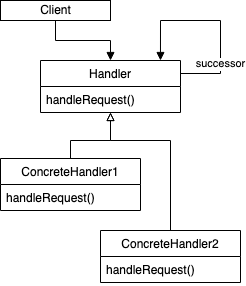
Above: drawio/chainofresponsibility.png in traendy/patterns-app (draw.io), before the change. Source tidied: cells renumbered, new cells last; positions are measured from the earlier drawing's top-left corner, leaving out a move shared by most shapes. Its diagram source:
```xml
<mxGraphModel>
  <root>
    <mxCell id="0" />
    <mxCell id="1" parent="0" />
    <mxCell id="2" style="edgeStyle=orthogonalEdgeStyle;rounded=0;jumpStyle=sharp;jumpSize=6;jettySize=auto;html=1;entryX=0.5;entryY=0;entryDx=0;entryDy=0;startArrow=none;startFill=0;endArrow=block;endFill=1;" parent="1" edge="1" source="3" target="10">
      <mxGeometry relative="1" as="geometry" />
    </mxCell>
    <mxCell id="3" value="Client" style="html=1;align=center;fillColor=none;" parent="1" vertex="1">
      <mxGeometry width="110" height="20" as="geometry" />
    </mxCell>
    <mxCell id="4" style="edgeStyle=orthogonalEdgeStyle;rounded=0;jumpStyle=sharp;jumpSize=6;jettySize=auto;html=1;startArrow=none;startFill=0;endArrow=block;endFill=0;" parent="1" edge="1" source="5" target="10">
      <mxGeometry relative="1" as="geometry">
        <Array as="points">
          <mxPoint x="70" y="140" />
          <mxPoint x="110" y="140" />
        </Array>
      </mxGeometry>
    </mxCell>
    <mxCell id="5" value="ConcreteHandler1" style="swimlane;fontStyle=0;horizontal=1;startSize=26;fillColor=none;align=center;" parent="1" vertex="1">
      <mxGeometry y="158" width="140" height="52" as="geometry" />
    </mxCell>
    <mxCell id="6" value="handleRequest()" style="text;strokeColor=none;fillColor=none;align=left;verticalAlign=top;spacingLeft=4;spacingRight=4;overflow=hidden;" parent="5" vertex="1">
      <mxGeometry y="26" width="140" height="26" as="geometry" />
    </mxCell>
    <mxCell id="7" style="edgeStyle=orthogonalEdgeStyle;rounded=0;jumpStyle=sharp;jumpSize=6;jettySize=auto;html=1;startArrow=none;startFill=0;endArrow=block;endFill=0;" parent="1" edge="1" source="8" target="10">
      <mxGeometry relative="1" as="geometry">
        <Array as="points">
          <mxPoint x="170" y="140" />
          <mxPoint x="110" y="140" />
        </Array>
      </mxGeometry>
    </mxCell>
    <mxCell id="8" value="ConcreteHandler2" style="swimlane;fontStyle=0;horizontal=1;startSize=26;fillColor=none;align=center;" parent="1" vertex="1">
      <mxGeometry x="100" y="230" width="140" height="52" as="geometry" />
    </mxCell>
    <mxCell id="9" value="handleRequest()" style="text;strokeColor=none;fillColor=none;align=left;verticalAlign=top;spacingLeft=4;spacingRight=4;overflow=hidden;" parent="8" vertex="1">
      <mxGeometry y="26" width="140" height="26" as="geometry" />
    </mxCell>
    <mxCell id="10" value="Handler" style="swimlane;fontStyle=0;horizontal=1;startSize=26;fillColor=none;align=center;" parent="1" vertex="1">
      <mxGeometry x="40" y="60" width="140" height="52" as="geometry" />
    </mxCell>
    <mxCell id="11" value="handleRequest()" style="text;strokeColor=none;fillColor=none;align=left;verticalAlign=top;spacingLeft=4;spacingRight=4;overflow=hidden;" parent="10" vertex="1">
      <mxGeometry y="26" width="140" height="26" as="geometry" />
    </mxCell>
    <mxCell id="12" value="successor" style="html=1;verticalAlign=bottom;endArrow=block;exitX=1;exitY=0.25;exitDx=0;exitDy=0;entryX=0.857;entryY=0;entryDx=0;entryDy=0;entryPerimeter=0;rounded=0;" parent="1" edge="1" source="10" target="10">
      <mxGeometry x="-0.59" relative="1" as="geometry">
        <Array as="points">
          <mxPoint x="220" y="73" />
          <mxPoint x="220" y="20" />
          <mxPoint x="160" y="20" />
        </Array>
      </mxGeometry>
    </mxCell>
  </root>
</mxGraphModel>
```
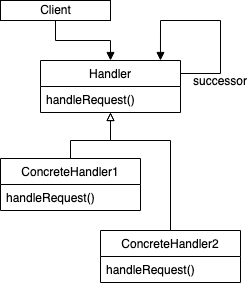
After the change.

Diff of the diagram source:
```diff
@@ -42,7 +42,7 @@
     <mxCell id="11" value="handleRequest()" style="text;strokeColor=none;fillColor=none;align=left;verticalAlign=top;spacingLeft=4;spacingRight=4;overflow=hidden;" parent="10" vertex="1">
       <mxGeometry y="26" width="140" height="26" as="geometry" />
     </mxCell>
-    <mxCell id="12" value="successor" style="html=1;verticalAlign=bottom;endArrow=block;exitX=1;exitY=0.25;exitDx=0;exitDy=0;entryX=0.857;entryY=0;entryDx=0;entryDy=0;entryPerimeter=0;rounded=0;" parent="1" edge="1" source="10" target="10">
+    <mxCell id="12" style="html=1;verticalAlign=bottom;endArrow=block;exitX=1;exitY=0.25;exitDx=0;exitDy=0;entryX=0.857;entryY=0;entryDx=0;entryDy=0;entryPerimeter=0;rounded=0;" parent="1" edge="1" source="10" target="10">
       <mxGeometry x="-0.59" relative="1" as="geometry">
         <Array as="points">
           <mxPoint x="220" y="73" />
@@ -51,5 +51,8 @@
         </Array>
       </mxGeometry>
     </mxCell>
+    <mxCell id="13" value="successor" style="rounded=0;whiteSpace=wrap;html=1;fillColor=none;strokeColor=none;" parent="1" vertex="1">
+      <mxGeometry x="190" y="70" width="60" height="22" as="geometry" />
+    </mxCell>
   </root>
 </mxGraphModel>
```
